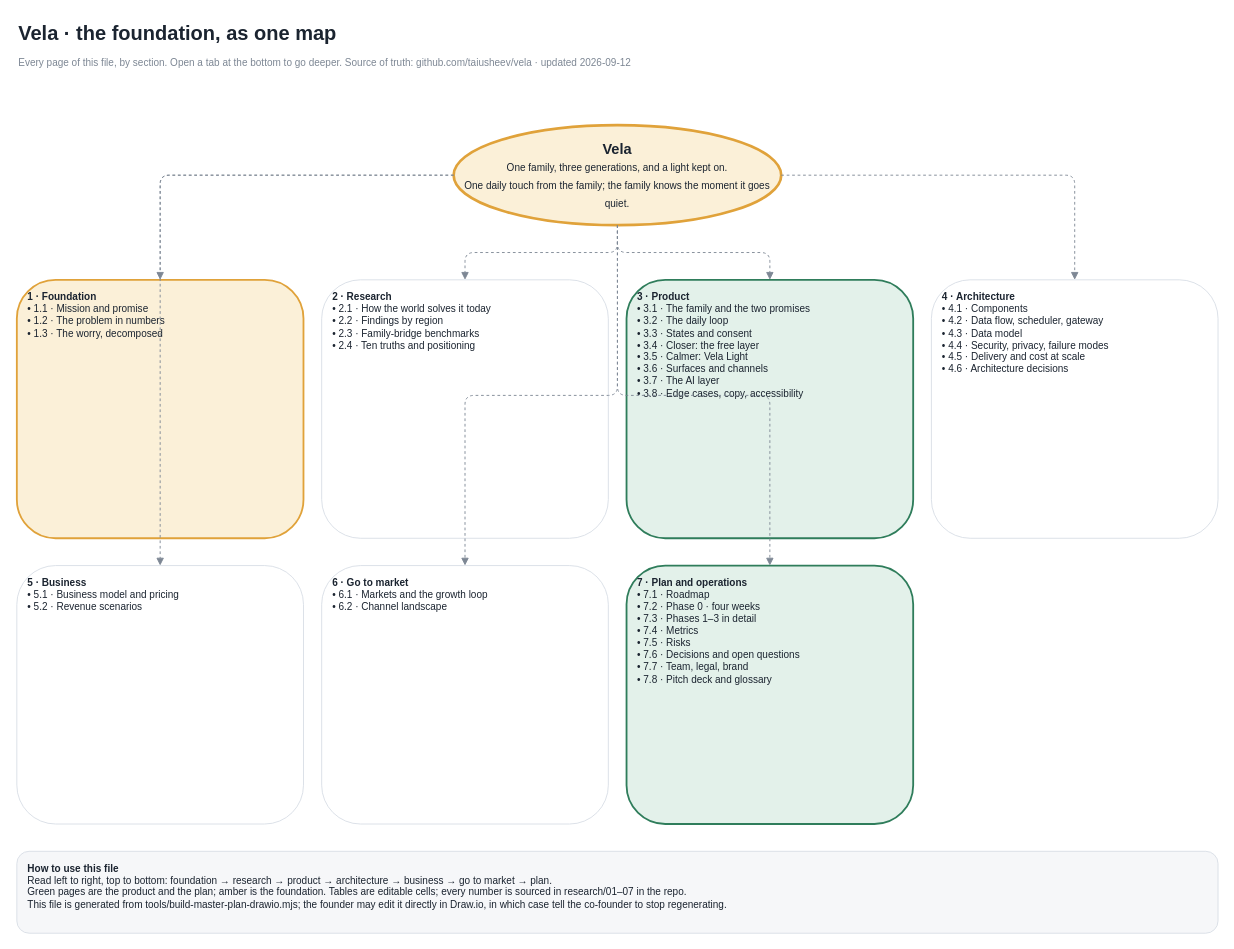
This is page "0 · Overview and contents" (1 of 34) of design/diagrams/master-plan.drawio from taiusheev/vela, a draw.io file, before an edit. Source tidied: cells renumbered, new cells numbered last; positions are measured from the earlier drawing's top-left corner, leaving out a move shared by most shapes. Both pictures are drawn from the tidied source at 91%, with x=0, y=0 at pixel (16, 15).
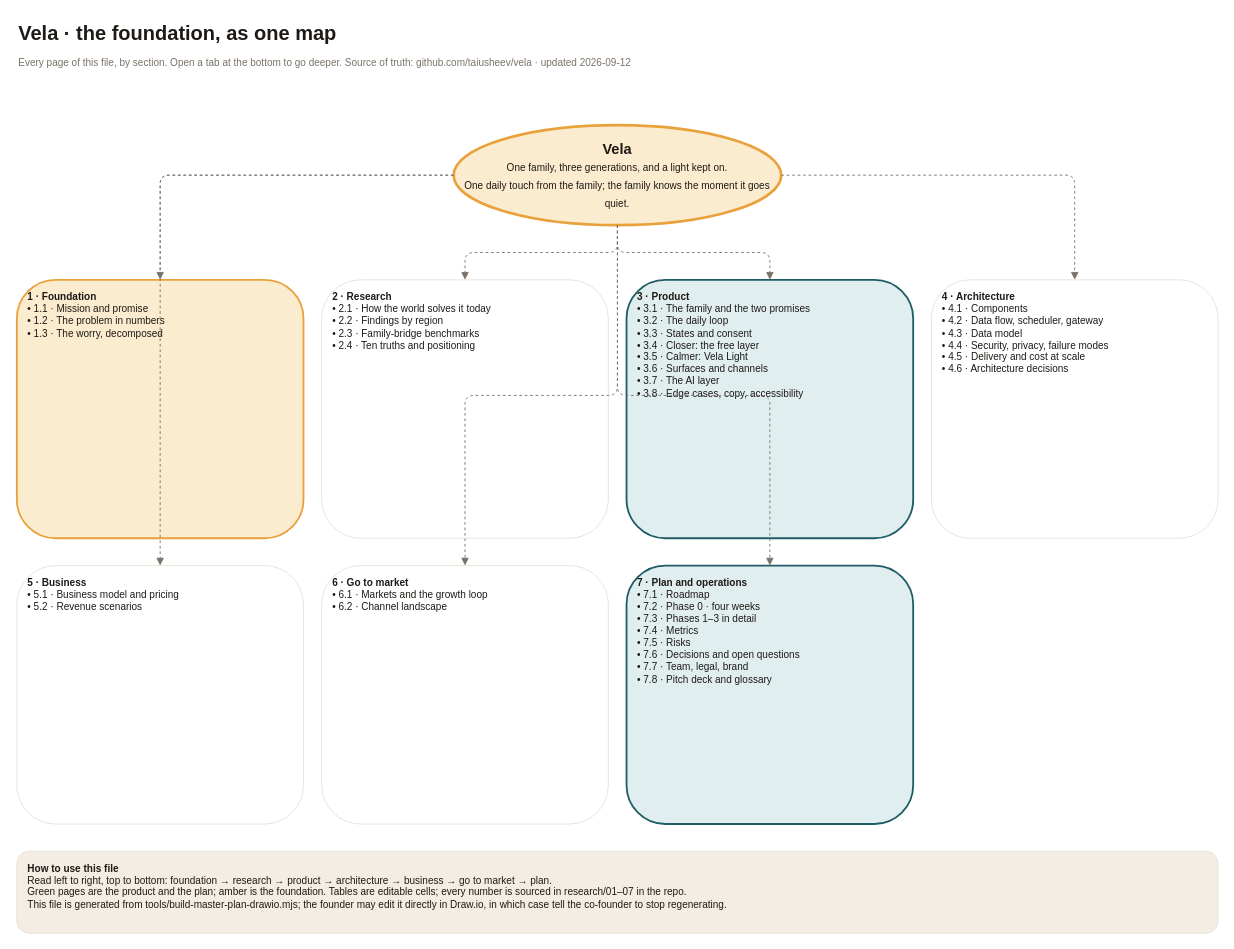
After the change.

What changed in the source:
```diff
@@
 <mxGraphModel background="#ffffff">
   <root>
     <mxCell id="0" />
     <mxCell id="1" parent="0" />
-    <mxCell id="2" value="Vela · the foundation, as one map" style="text;html=1;align=left;verticalAlign=top;fontSize=22;fontStyle=1;fontColor=#1b2430;whiteSpace=wrap;" parent="1" vertex="1">
+    <mxCell id="2" value="Vela · the foundation, as one map" style="text;html=1;align=left;verticalAlign=top;fontSize=22;fontStyle=1;fontColor=#1E1A16;whiteSpace=wrap;" parent="1" vertex="1">
       <mxGeometry width="1200" height="36" as="geometry" />
     </mxCell>
-    <mxCell id="3" value="Every page of this file, by section. Open a tab at the bottom to go deeper. Source of truth: github.com/taiusheev/vela · updated 2026-09-12" style="text;html=1;align=left;verticalAlign=top;fontSize=11;fontColor=#7d8794;whiteSpace=wrap;" parent="1" vertex="1">
+    <mxCell id="3" value="Every page of this file, by section. Open a tab at the bottom to go deeper. Source of truth: github.com/taiusheev/vela · updated 2026-09-12" style="text;html=1;align=left;verticalAlign=top;fontSize=11;fontColor=#7A7267;whiteSpace=wrap;" parent="1" vertex="1">
       <mxGeometry y="38" width="1300" height="30" as="geometry" />
     </mxCell>
-    <mxCell id="4" value="Vela&lt;br&gt;&lt;span style=&quot;font-size:11px;font-weight:normal&quot;&gt;One family, three generations, and a light kept on.&lt;br&gt;One daily touch from the family; the family knows the moment it goes quiet.&lt;/span&gt;" style="ellipse;whiteSpace=wrap;html=1;align=center;verticalAlign=middle;fillColor=#fbf0d8;strokeColor=#e0a23a;strokeWidth=3;fontColor=#1b2430;fontSize=16;fontStyle=1;" parent="1" vertex="1">
+    <mxCell id="4" value="Vela&lt;br&gt;&lt;span style=&quot;font-size:11px;font-weight:normal&quot;&gt;One family, three generations, and a light kept on.&lt;br&gt;One daily touch from the family; the family knows the moment it goes quiet.&lt;/span&gt;" style="ellipse;whiteSpace=wrap;html=1;align=center;verticalAlign=middle;fillColor=#FBEBCF;strokeColor=#E9A23B;strokeWidth=3;fontColor=#1E1A16;fontSize=16;fontStyle=1;" parent="1" vertex="1">
       <mxGeometry x="480" y="120" width="360" height="110" as="geometry" />
     </mxCell>
-    <mxCell id="5" value="&lt;b&gt;1 · Foundation&lt;/b&gt;&lt;br&gt;• 1.1 · Mission and promise&lt;br&gt;• 1.2 · The problem in numbers&lt;br&gt;• 1.3 · The worry, decomposed" style="rounded=1;whiteSpace=wrap;html=1;align=left;verticalAlign=top;spacingLeft=10;spacingRight=8;spacingTop=6;fontSize=11;fillColor=#fbf0d8;strokeColor=#e0a23a;strokeWidth=2;fontColor=#1b2430;" parent="1" vertex="1">
+    <mxCell id="5" value="&lt;b&gt;1 · Foundation&lt;/b&gt;&lt;br&gt;• 1.1 · Mission and promise&lt;br&gt;• 1.2 · The problem in numbers&lt;br&gt;• 1.3 · The worry, decomposed" style="rounded=1;whiteSpace=wrap;html=1;align=left;verticalAlign=top;spacingLeft=10;spacingRight=8;spacingTop=6;fontSize=11;fillColor=#FBEBCF;strokeColor=#E9A23B;strokeWidth=2;fontColor=#1E1A16;" parent="1" vertex="1">
       <mxGeometry y="290" width="315" height="284" as="geometry" />
     </mxCell>
-    <mxCell id="6" style="edgeStyle=orthogonalEdgeStyle;rounded=1;html=1;endArrow=block;strokeColor=#7d8794;dashed=1;fontSize=10;fontColor=#7d8794;" parent="1" edge="1" source="4" target="5">
+    <mxCell id="6" style="edgeStyle=orthogonalEdgeStyle;rounded=1;html=1;endArrow=block;strokeColor=#7A7267;dashed=1;fontSize=10;fontColor=#7A7267;" parent="1" edge="1" source="4" target="5">
       <mxGeometry relative="1" as="geometry" />
     </mxCell>
-    <mxCell id="7" value="&lt;b&gt;2 · Research&lt;/b&gt;&lt;br&gt;• 2.1 · How the world solves it today&lt;br&gt;• 2.2 · Findings by region&lt;br&gt;• 2.3 · Family-bridge benchmarks&lt;br&gt;• 2.4 · Ten truths and positioning" style="rounded=1;whiteSpace=wrap;html=1;align=left;verticalAlign=top;spacingLeft=10;spacingRight=8;spacingTop=6;fontSize=11;fillColor=#ffffff;strokeColor=#d9dee6;fontColor=#1b2430;" parent="1" vertex="1">
+    <mxCell id="7" value="&lt;b&gt;2 · Research&lt;/b&gt;&lt;br&gt;• 2.1 · How the world solves it today&lt;br&gt;• 2.2 · Findings by region&lt;br&gt;• 2.3 · Family-bridge benchmarks&lt;br&gt;• 2.4 · Ten truths and positioning" style="rounded=1;whiteSpace=wrap;html=1;align=left;verticalAlign=top;spacingLeft=10;spacingRight=8;spacingTop=6;fontSize=11;fillColor=#FFFFFF;strokeColor=#E8E1D6;fontColor=#1E1A16;" parent="1" vertex="1">
       <mxGeometry x="335" y="290" width="315" height="284" as="geometry" />
     </mxCell>
-    <mxCell id="8" style="edgeStyle=orthogonalEdgeStyle;rounded=1;html=1;endArrow=block;strokeColor=#7d8794;dashed=1;fontSize=10;fontColor=#7d8794;" parent="1" edge="1" source="4" target="7">
+    <mxCell id="8" style="edgeStyle=orthogonalEdgeStyle;rounded=1;html=1;endArrow=block;strokeColor=#7A7267;dashed=1;fontSize=10;fontColor=#7A7267;" parent="1" edge="1" source="4" target="7">
       <mxGeometry relative="1" as="geometry" />
     </mxCell>
-    <mxCell id="9" value="&lt;b&gt;3 · Product&lt;/b&gt;&lt;br&gt;• 3.1 · The family and the two promises&lt;br&gt;• 3.2 · The daily loop&lt;br&gt;• 3.3 · States and consent&lt;br&gt;• 3.4 · Closer: the free layer&lt;br&gt;• 3.5 · Calmer: Vela Light&lt;br&gt;• 3.6 · Surfaces and channels&lt;br&gt;• 3.7 · The AI layer&lt;br&gt;• 3.8 · Edge cases, copy, accessibility" style="rounded=1;whiteSpace=wrap;html=1;align=left;verticalAlign=top;spacingLeft=10;spacingRight=8;spacingTop=6;fontSize=11;fillColor=#e3f1ea;strokeColor=#2f7d5b;strokeWidth=2;fontColor=#1b2430;" parent="1" vertex="1">
+    <mxCell id="9" value="&lt;b&gt;3 · Product&lt;/b&gt;&lt;br&gt;• 3.1 · The family and the two promises&lt;br&gt;• 3.2 · The daily loop&lt;br&gt;• 3.3 · States and consent&lt;br&gt;• 3.4 · Closer: the free layer&lt;br&gt;• 3.5 · Calmer: Vela Light&lt;br&gt;• 3.6 · Surfaces and channels&lt;br&gt;• 3.7 · The AI layer&lt;br&gt;• 3.8 · Edge cases, copy, accessibility" style="rounded=1;whiteSpace=wrap;html=1;align=left;verticalAlign=top;spacingLeft=10;spacingRight=8;spacingTop=6;fontSize=11;fillColor=#E1EEF0;strokeColor=#1F5C66;strokeWidth=2;fontColor=#1E1A16;" parent="1" vertex="1">
       <mxGeometry x="670" y="290" width="315" height="284" as="geometry" />
     </mxCell>
-    <mxCell id="10" style="edgeStyle=orthogonalEdgeStyle;rounded=1;html=1;endArrow=block;strokeColor=#7d8794;dashed=1;fontSize=10;fontColor=#7d8794;" parent="1" edge="1" source="4" target="9">
+    <mxCell id="10" style="edgeStyle=orthogonalEdgeStyle;rounded=1;html=1;endArrow=block;strokeColor=#7A7267;dashed=1;fontSize=10;fontColor=#7A7267;" parent="1" edge="1" source="4" target="9">
       <mxGeometry relative="1" as="geometry" />
     </mxCell>
-    <mxCell id="11" value="&lt;b&gt;4 · Architecture&lt;/b&gt;&lt;br&gt;• 4.1 · Components&lt;br&gt;• 4.2 · Data flow, scheduler, gateway&lt;br&gt;• 4.3 · Data model&lt;br&gt;• 4.4 · Security, privacy, failure modes&lt;br&gt;• 4.5 · Delivery and cost at scale&lt;br&gt;• 4.6 · Architecture decisions" style="rounded=1;whiteSpace=wrap;html=1;align=left;verticalAlign=top;spacingLeft=10;spacingRight=8;spacingTop=6;fontSize=11;fillColor=#ffffff;strokeColor=#d9dee6;fontColor=#1b2430;" parent="1" vertex="1">
+    <mxCell id="11" value="&lt;b&gt;4 · Architecture&lt;/b&gt;&lt;br&gt;• 4.1 · Components&lt;br&gt;• 4.2 · Data flow, scheduler, gateway&lt;br&gt;• 4.3 · Data model&lt;br&gt;• 4.4 · Security, privacy, failure modes&lt;br&gt;• 4.5 · Delivery and cost at scale&lt;br&gt;• 4.6 · Architecture decisions" style="rounded=1;whiteSpace=wrap;html=1;align=left;verticalAlign=top;spacingLeft=10;spacingRight=8;spacingTop=6;fontSize=11;fillColor=#FFFFFF;strokeColor=#E8E1D6;fontColor=#1E1A16;" parent="1" vertex="1">
       <mxGeometry x="1005" y="290" width="315" height="284" as="geometry" />
     </mxCell>
-    <mxCell id="12" style="edgeStyle=orthogonalEdgeStyle;rounded=1;html=1;endArrow=block;strokeColor=#7d8794;dashed=1;fontSize=10;fontColor=#7d8794;" parent="1" edge="1" source="4" target="11">
+    <mxCell id="12" style="edgeStyle=orthogonalEdgeStyle;rounded=1;html=1;endArrow=block;strokeColor=#7A7267;dashed=1;fontSize=10;fontColor=#7A7267;" parent="1" edge="1" source="4" target="11">
       <mxGeometry relative="1" as="geometry" />
     </mxCell>
-    <mxCell id="13" value="&lt;b&gt;5 · Business&lt;/b&gt;&lt;br&gt;• 5.1 · Business model and pricing&lt;br&gt;• 5.2 · Revenue scenarios" style="rounded=1;whiteSpace=wrap;html=1;align=left;verticalAlign=top;spacingLeft=10;spacingRight=8;spacingTop=6;fontSize=11;fillColor=#ffffff;strokeColor=#d9dee6;fontColor=#1b2430;" parent="1" vertex="1">
+    <mxCell id="13" value="&lt;b&gt;5 · Business&lt;/b&gt;&lt;br&gt;• 5.1 · Business model and pricing&lt;br&gt;• 5.2 · Revenue scenarios" style="rounded=1;whiteSpace=wrap;html=1;align=left;verticalAlign=top;spacingLeft=10;spacingRight=8;spacingTop=6;fontSize=11;fillColor=#FFFFFF;strokeColor=#E8E1D6;fontColor=#1E1A16;" parent="1" vertex="1">
       <mxGeometry y="604" width="315" height="284" as="geometry" />
     </mxCell>
-    <mxCell id="14" style="edgeStyle=orthogonalEdgeStyle;rounded=1;html=1;endArrow=block;strokeColor=#7d8794;dashed=1;fontSize=10;fontColor=#7d8794;" parent="1" edge="1" source="4" target="13">
+    <mxCell id="14" style="edgeStyle=orthogonalEdgeStyle;rounded=1;html=1;endArrow=block;strokeColor=#7A7267;dashed=1;fontSize=10;fontColor=#7A7267;" parent="1" edge="1" source="4" target="13">
       <mxGeometry relative="1" as="geometry" />
     </mxCell>
-    <mxCell id="15" value="&lt;b&gt;6 · Go to market&lt;/b&gt;&lt;br&gt;• 6.1 · Markets and the growth loop&lt;br&gt;• 6.2 · Channel landscape" style="rounded=1;whiteSpace=wrap;html=1;align=left;verticalAlign=top;spacingLeft=10;spacingRight=8;spacingTop=6;fontSize=11;fillColor=#ffffff;strokeColor=#d9dee6;fontColor=#1b2430;" parent="1" vertex="1">
+    <mxCell id="15" value="&lt;b&gt;6 · Go to market&lt;/b&gt;&lt;br&gt;• 6.1 · Markets and the growth loop&lt;br&gt;• 6.2 · Channel landscape" style="rounded=1;whiteSpace=wrap;html=1;align=left;verticalAlign=top;spacingLeft=10;spacingRight=8;spacingTop=6;fontSize=11;fillColor=#FFFFFF;strokeColor=#E8E1D6;fontColor=#1E1A16;" parent="1" vertex="1">
       <mxGeometry x="335" y="604" width="315" height="284" as="geometry" />
     </mxCell>
-    <mxCell id="16" style="edgeStyle=orthogonalEdgeStyle;rounded=1;html=1;endArrow=block;strokeColor=#7d8794;dashed=1;fontSize=10;fontColor=#7d8794;" parent="1" edge="1" source="4" target="15">
+    <mxCell id="16" style="edgeStyle=orthogonalEdgeStyle;rounded=1;html=1;endArrow=block;strokeColor=#7A7267;dashed=1;fontSize=10;fontColor=#7A7267;" parent="1" edge="1" source="4" target="15">
       <mxGeometry relative="1" as="geometry" />
     </mxCell>
-    <mxCell id="17" value="&lt;b&gt;7 · Plan and operations&lt;/b&gt;&lt;br&gt;• 7.1 · Roadmap&lt;br&gt;• 7.2 · Phase 0 · four weeks&lt;br&gt;• 7.3 · Phases 1–3 in detail&lt;br&gt;• 7.4 · Metrics&lt;br&gt;• 7.5 · Risks&lt;br&gt;• 7.6 · Decisions and open questions&lt;br&gt;• 7.7 · Team, legal, brand&lt;br&gt;• 7.8 · Pitch deck and glossary" style="rounded=1;whiteSpace=wrap;html=1;align=left;verticalAlign=top;spacingLeft=10;spacingRight=8;spacingTop=6;fontSize=11;fillColor=#e3f1ea;strokeColor=#2f7d5b;strokeWidth=2;fontColor=#1b2430;" parent="1" vertex="1">
+    <mxCell id="17" value="&lt;b&gt;7 · Plan and operations&lt;/b&gt;&lt;br&gt;• 7.1 · Roadmap&lt;br&gt;• 7.2 · Phase 0 · four weeks&lt;br&gt;• 7.3 · Phases 1–3 in detail&lt;br&gt;• 7.4 · Metrics&lt;br&gt;• 7.5 · Risks&lt;br&gt;• 7.6 · Decisions and open questions&lt;br&gt;• 7.7 · Team, legal, brand&lt;br&gt;• 7.8 · Pitch deck and glossary" style="rounded=1;whiteSpace=wrap;html=1;align=left;verticalAlign=top;spacingLeft=10;spacingRight=8;spacingTop=6;fontSize=11;fillColor=#E1EEF0;strokeColor=#1F5C66;strokeWidth=2;fontColor=#1E1A16;" parent="1" vertex="1">
       <mxGeometry x="670" y="604" width="315" height="284" as="geometry" />
     </mxCell>
-    <mxCell id="18" style="edgeStyle=orthogonalEdgeStyle;rounded=1;html=1;endArrow=block;strokeColor=#7d8794;dashed=1;fontSize=10;fontColor=#7d8794;" parent="1" edge="1" source="4" target="17">
+    <mxCell id="18" style="edgeStyle=orthogonalEdgeStyle;rounded=1;html=1;endArrow=block;strokeColor=#7A7267;dashed=1;fontSize=10;fontColor=#7A7267;" parent="1" edge="1" source="4" target="17">
       <mxGeometry relative="1" as="geometry" />
     </mxCell>
-    <mxCell id="19" value="&lt;b&gt;How to use this file&lt;/b&gt;&lt;br&gt;Read left to right, top to bottom: foundation → research → product → architecture → business → go to market → plan.&lt;br&gt;Green pages are the product and the plan; amber is the foundation. Tables are editable cells; every number is sourced in research/01–07 in the repo.&lt;br&gt;This file is generated from tools/build-master-plan-drawio.mjs; the founder may edit it directly in Draw.io, in which case tell the co-founder to stop regenerating." style="rounded=1;whiteSpace=wrap;html=1;align=left;verticalAlign=top;spacingLeft=10;spacingRight=8;spacingTop=6;fontSize=11;fillColor=#f6f7f9;strokeColor=#d9dee6;fontColor=#1b2430;" parent="1" vertex="1">
+    <mxCell id="19" value="&lt;b&gt;How to use this file&lt;/b&gt;&lt;br&gt;Read left to right, top to bottom: foundation → research → product → architecture → business → go to market → plan.&lt;br&gt;Green pages are the product and the plan; amber is the foundation. Tables are editable cells; every number is sourced in research/01–07 in the repo.&lt;br&gt;This file is generated from tools/build-master-plan-drawio.mjs; the founder may edit it directly in Draw.io, in which case tell the co-founder to stop regenerating." style="rounded=1;whiteSpace=wrap;html=1;align=left;verticalAlign=top;spacingLeft=10;spacingRight=8;spacingTop=6;fontSize=11;fillColor=#F3EDE4;strokeColor=#E8E1D6;fontColor=#1E1A16;" parent="1" vertex="1">
       <mxGeometry y="918" width="1320" height="90" as="geometry" />
     </mxCell>
   </root>
 </mxGraphModel>
```
